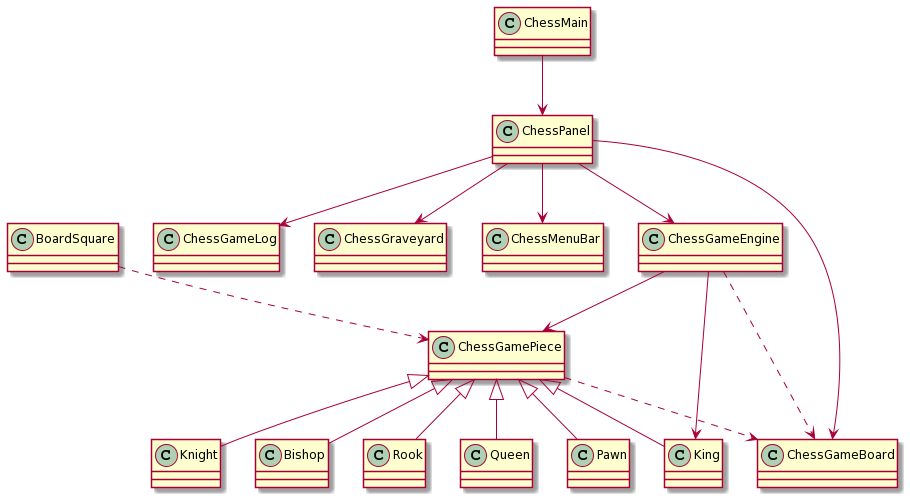
Earlier version of the PlantUML export docs/img/initial-model.png (hinafu/patrones-veranito-chesss). The source it was exported from:
```plantuml
@startuml
class Rook{}
class Queen{}
class Pawn{}
class Knight{}
class King{}
class Bishop{}
class BoardSquare{}
class ChessGameBoard{}
class ChessGameEngine{}
class ChessGameLog{}
class ChessGamePiece{}
class ChessGraveyard{}
class ChessPanel{}
class ChessMain{}
class ChessMenuBar

ChessMain --> ChessPanel

ChessPanel --> ChessMenuBar
ChessPanel --> ChessGameBoard
ChessPanel --> ChessGameLog
ChessPanel --> ChessGraveyard
ChessPanel --> ChessGameEngine

ChessGameEngine --> ChessGamePiece
ChessGameEngine ..> ChessGameBoard
ChessGameEngine --> King

ChessGamePiece ..> ChessGameBoard

BoardSquare ..> ChessGamePiece

ChessGamePiece <|-- King
ChessGamePiece <|-- Knight
ChessGamePiece <|-- Queen
ChessGamePiece <|-- Rook
ChessGamePiece <|-- Bishop
ChessGamePiece <|-- Pawn
@enduml
```
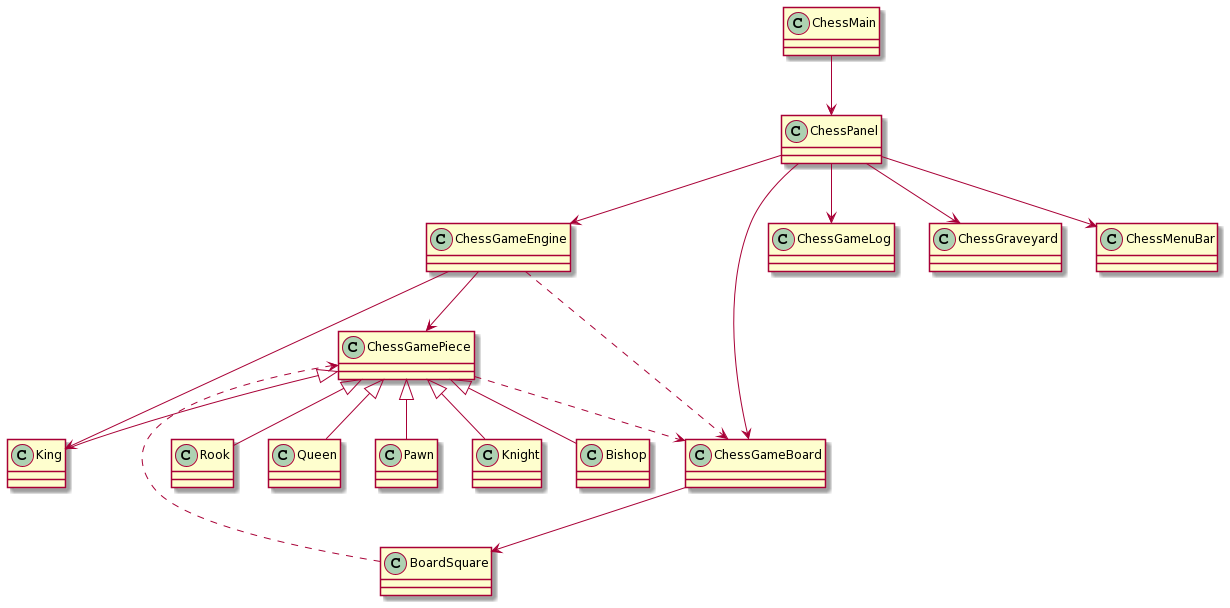
Later version of the same file.

Commit message:
fix dependency BoardSquare & ChessGameboard

Diff of the diagram source:
```diff
@@ -37,4 +37,6 @@
 ChessGamePiece <|-- Rook
 ChessGamePiece <|-- Bishop
 ChessGamePiece <|-- Pawn
+
+ChessGameBoard --> BoardSquare
 @enduml
```
